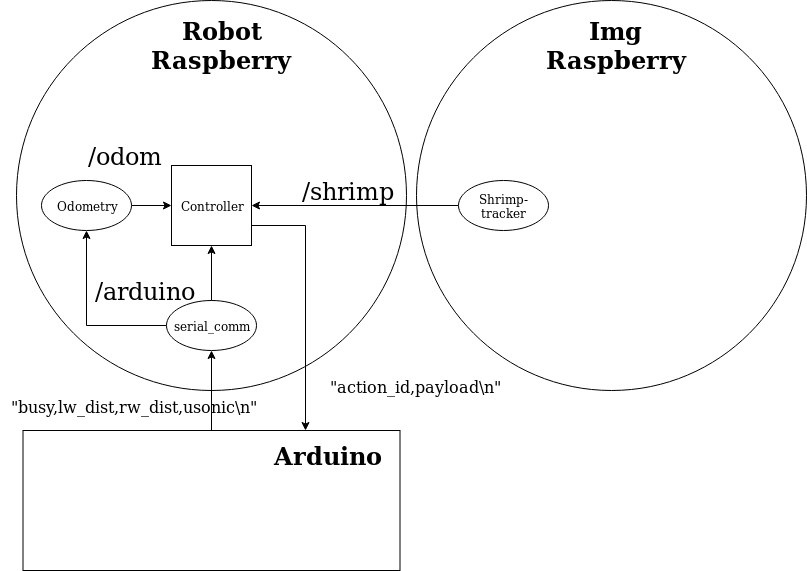
The draw.io diagram project/overview.png in Anguse/deis-labs, before a commit. Source tidied: cells renumbered, new cells last; positions are measured from the earlier drawing's top-left corner, leaving out a move shared by most shapes.
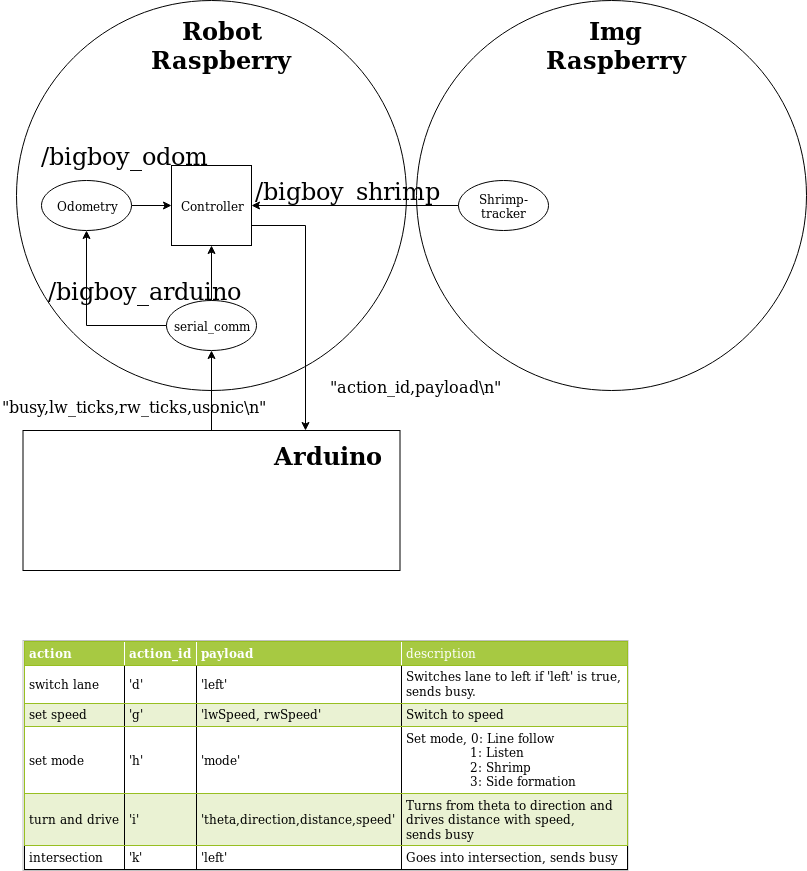
After the change.

What changed in the source:
```diff
@@ -41,13 +41,13 @@
     <mxCell id="14" style="edgeStyle=orthogonalEdgeStyle;rounded=0;jettySize=auto;html=1;exitX=0.5;exitY=0;exitDx=0;exitDy=0;entryX=0.5;entryY=1;entryDx=0;entryDy=0;fontSize=24;exitPerimeter=0;" parent="1" edge="1" source="7" target="5">
       <mxGeometry relative="1" as="geometry" />
     </mxCell>
-    <mxCell id="15" value="&lt;div&gt;/shrimp&lt;/div&gt;" style="text;html=1;strokeColor=none;fillColor=none;align=center;verticalAlign=middle;whiteSpace=wrap;rounded=0;fontSize=24;" parent="1" vertex="1">
+    <mxCell id="15" value="&lt;div&gt;/bigboy_shrimp&lt;/div&gt;" style="text;html=1;strokeColor=none;fillColor=none;align=center;verticalAlign=middle;whiteSpace=wrap;rounded=0;fontSize=24;" parent="1" vertex="1">
       <mxGeometry x="326.5" y="180" width="40" height="20" as="geometry" />
     </mxCell>
-    <mxCell id="16" value="&lt;div&gt;/arduino&lt;/div&gt;" style="text;html=1;strokeColor=none;fillColor=none;align=center;verticalAlign=middle;whiteSpace=wrap;rounded=0;fontSize=24;" parent="1" vertex="1">
+    <mxCell id="16" value="&lt;div&gt;/bigboy_arduino&lt;/div&gt;" style="text;html=1;strokeColor=none;fillColor=none;align=center;verticalAlign=middle;whiteSpace=wrap;rounded=0;fontSize=24;" parent="1" vertex="1">
       <mxGeometry x="123.5" y="280" width="40" height="20" as="geometry" />
     </mxCell>
-    <mxCell id="17" value="&lt;div&gt;/odom&lt;/div&gt;" style="text;html=1;strokeColor=none;fillColor=none;align=center;verticalAlign=middle;whiteSpace=wrap;rounded=0;fontSize=24;" parent="1" vertex="1">
+    <mxCell id="17" value="&lt;div&gt;/bigboy_odom&lt;/div&gt;" style="text;html=1;strokeColor=none;fillColor=none;align=center;verticalAlign=middle;whiteSpace=wrap;rounded=0;fontSize=24;" parent="1" vertex="1">
       <mxGeometry x="103.5" y="145" width="40" height="20" as="geometry" />
     </mxCell>
     <mxCell id="18" style="edgeStyle=orthogonalEdgeStyle;rounded=0;jettySize=auto;html=1;exitX=0.5;exitY=0;exitDx=0;exitDy=0;entryX=0.5;entryY=1;entryDx=0;entryDy=0;fontSize=24;" parent="1" edge="1" source="19" target="7">
@@ -59,11 +59,14 @@
     <mxCell id="20" value="Arduino" style="text;html=1;strokeColor=none;fillColor=none;align=center;verticalAlign=middle;whiteSpace=wrap;rounded=0;fontSize=24;fontStyle=1;" parent="1" vertex="1">
       <mxGeometry x="269" y="440" width="115" height="30" as="geometry" />
     </mxCell>
-    <mxCell id="21" value="&lt;div&gt;&lt;font style=&quot;font-size: 16px&quot;&gt;&quot;busy,lw_dist,rw_dist,usonic\n&quot;&lt;/font&gt;&lt;/div&gt;" style="text;html=1;strokeColor=none;fillColor=none;align=center;verticalAlign=middle;whiteSpace=wrap;rounded=0;fontSize=24;" parent="1" vertex="1">
+    <mxCell id="21" value="&lt;div&gt;&lt;font style=&quot;font-size: 16px&quot;&gt;&quot;busy,lw_ticks,rw_ticks,usonic\n&quot;&lt;/font&gt;&lt;/div&gt;" style="text;html=1;strokeColor=none;fillColor=none;align=center;verticalAlign=middle;whiteSpace=wrap;rounded=0;fontSize=24;" parent="1" vertex="1">
       <mxGeometry y="393" width="266" height="20" as="geometry" />
     </mxCell>
     <mxCell id="22" value="&lt;div&gt;&lt;font style=&quot;font-size: 16px&quot;&gt;&quot;action_id,payload\n&quot;&lt;br&gt;&lt;/font&gt;&lt;/div&gt;" style="text;html=1;strokeColor=none;fillColor=none;align=center;verticalAlign=middle;whiteSpace=wrap;rounded=0;fontSize=24;" parent="1" vertex="1">
       <mxGeometry x="282" y="373" width="266" height="20" as="geometry" />
     </mxCell>
+    <mxCell id="23" value="&lt;table style=&quot;width: 100% ; height: 100% ; border-collapse: collapse&quot; width=&quot;100%&quot; cellpadding=&quot;4&quot; border=&quot;1&quot;&gt;&lt;tbody&gt;&lt;tr style=&quot;background-color: #a7c942 ; color: #ffffff ; border: 1px solid #98bf21&quot;&gt;&lt;th align=&quot;left&quot;&gt;action&lt;/th&gt;&lt;th align=&quot;left&quot;&gt;action_id&lt;/th&gt;&lt;th align=&quot;left&quot;&gt;payload&lt;/th&gt;&lt;td&gt;description&lt;br&gt;&lt;/td&gt;&lt;/tr&gt;&lt;tr style=&quot;border: 1px solid #98bf21&quot;&gt;&lt;td&gt;switch lane&lt;br&gt;&lt;/td&gt;&lt;td&gt;'d'&lt;/td&gt;&lt;td&gt;'left'&lt;br&gt;&lt;/td&gt;&lt;td&gt;Switches lane to left if 'left' is true,&lt;br&gt;sends busy.&lt;br&gt;&lt;/td&gt;&lt;/tr&gt;&lt;tr style=&quot;background-color: #eaf2d3 ; border: 1px solid #98bf21&quot;&gt;&lt;td&gt;set speed&lt;br&gt;&lt;/td&gt;&lt;td&gt;'g'&lt;/td&gt;&lt;td&gt;'lwSpeed, rwSpeed'&lt;br&gt;&lt;/td&gt;&lt;td&gt;Switch to speed&lt;br&gt;&lt;/td&gt;&lt;/tr&gt;&lt;tr style=&quot;border: 1px solid #98bf21&quot;&gt;&lt;td&gt;set mode&lt;br&gt;&lt;/td&gt;&lt;td&gt;'h'&lt;/td&gt;&lt;td&gt;'mode'&lt;/td&gt;&lt;td&gt;Set mode, 0: Line follow&lt;br&gt;&amp;nbsp;&amp;nbsp;&amp;nbsp;&amp;nbsp;&amp;nbsp;&amp;nbsp;&amp;nbsp;&amp;nbsp;&amp;nbsp;&amp;nbsp;&amp;nbsp;&amp;nbsp;&amp;nbsp;&amp;nbsp;&amp;nbsp; 1: Listen&lt;br&gt;&amp;nbsp;&amp;nbsp;&amp;nbsp;&amp;nbsp;&amp;nbsp;&amp;nbsp;&amp;nbsp;&amp;nbsp;&amp;nbsp;&amp;nbsp;&amp;nbsp;&amp;nbsp;&amp;nbsp;&amp;nbsp;&amp;nbsp; 2: Shrimp&lt;br&gt;&amp;nbsp;&amp;nbsp;&amp;nbsp;&amp;nbsp;&amp;nbsp;&amp;nbsp;&amp;nbsp;&amp;nbsp;&amp;nbsp;&amp;nbsp;&amp;nbsp;&amp;nbsp;&amp;nbsp;&amp;nbsp;&amp;nbsp; 3: Side formation&lt;br&gt;&lt;/td&gt;&lt;/tr&gt;&lt;tr style=&quot;background-color: #eaf2d3 ; border: 1px solid #98bf21&quot;&gt;&lt;td&gt;turn and drive&lt;br&gt;&lt;/td&gt;&lt;td&gt;'i'&lt;/td&gt;&lt;td&gt;'theta,direction,distance,speed'&lt;br&gt;&lt;/td&gt;&lt;td&gt;Turns from theta to direction and&lt;br&gt;drives distance with speed,&lt;br&gt;sends busy&lt;br&gt;&lt;/td&gt;&lt;/tr&gt;&lt;tr&gt;&lt;td&gt;intersection&lt;br&gt;&lt;/td&gt;&lt;td&gt;'k'&lt;br&gt;&lt;/td&gt;&lt;td&gt;'left'&lt;br&gt;&lt;/td&gt;&lt;td&gt;Goes into intersection, sends busy&lt;br&gt;&lt;/td&gt;&lt;/tr&gt;&lt;/tbody&gt;&lt;/table&gt;" style="text;html=1;strokeColor=#c0c0c0;fillColor=#ffffff;overflow=fill;rounded=0;" parent="1" vertex="1">
+      <mxGeometry x="22.5" y="640" width="605" height="230" as="geometry" />
+    </mxCell>
   </root>
 </mxGraphModel>
```
